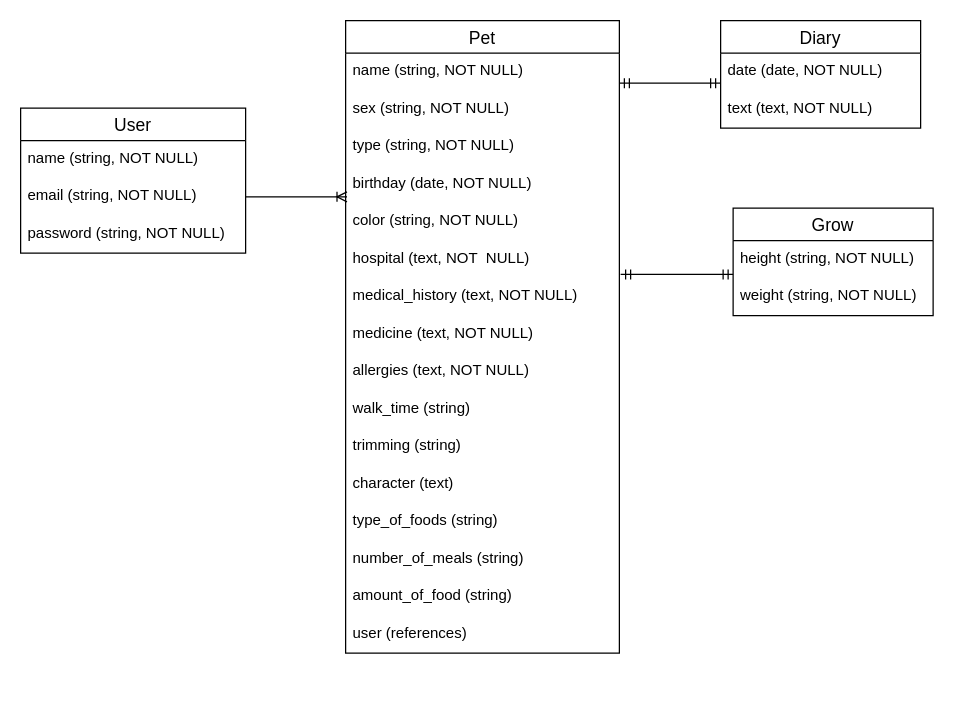
Earlier version of the draw.io diagram pet.dio (miyazakisayaka7/petspace). Source tidied: cells renumbered, new cells numbered last; positions are measured from the earlier drawing's top-left corner, leaving out a move shared by most shapes. Both pictures are drawn from the tidied source at 125%, with x=0, y=0 at pixel (20, 20).
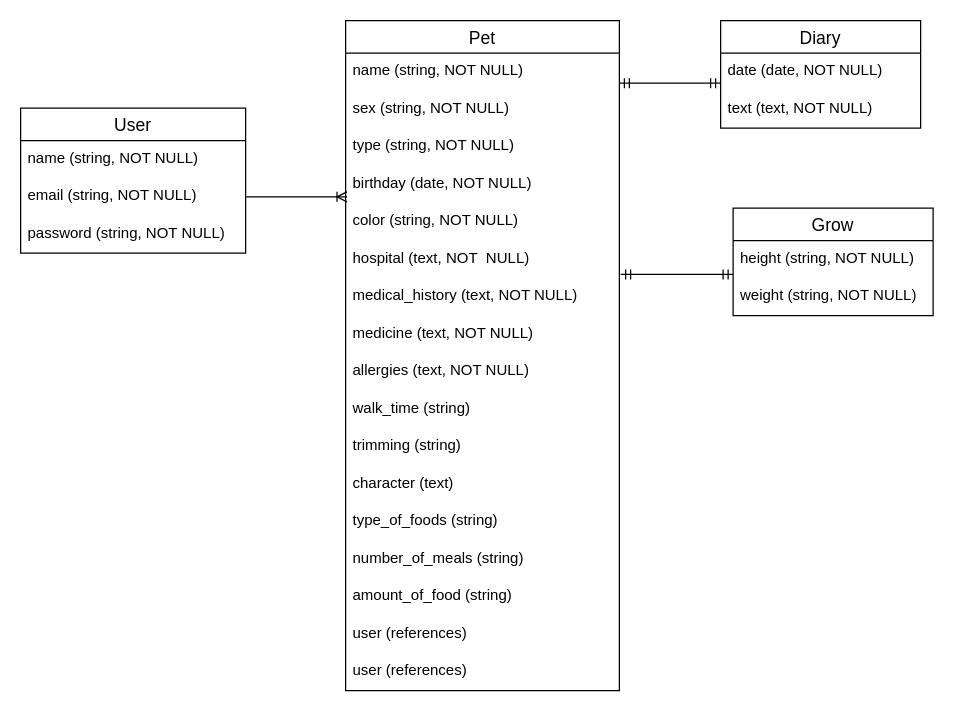
Above is the later version.

What changed in the source:
```diff
@@
     <mxCell id="13" value="Pet" style="swimlane;fontStyle=0;horizontal=1;startSize=26;align=center;fontSize=14;" parent="1" vertex="1">
-      <mxGeometry x="260" width="219" height="506" as="geometry" />
+      <mxGeometry x="260" width="219" height="536" as="geometry" />
     </mxCell>
@@
+    <mxCell id="32" value="user (references)" style="text;strokeColor=none;fillColor=none;spacingLeft=4;spacingRight=4;overflow=hidden;fontSize=12;" parent="13" vertex="1">
+      <mxGeometry y="506" width="219" height="30" as="geometry" />
+    </mxCell>
```
